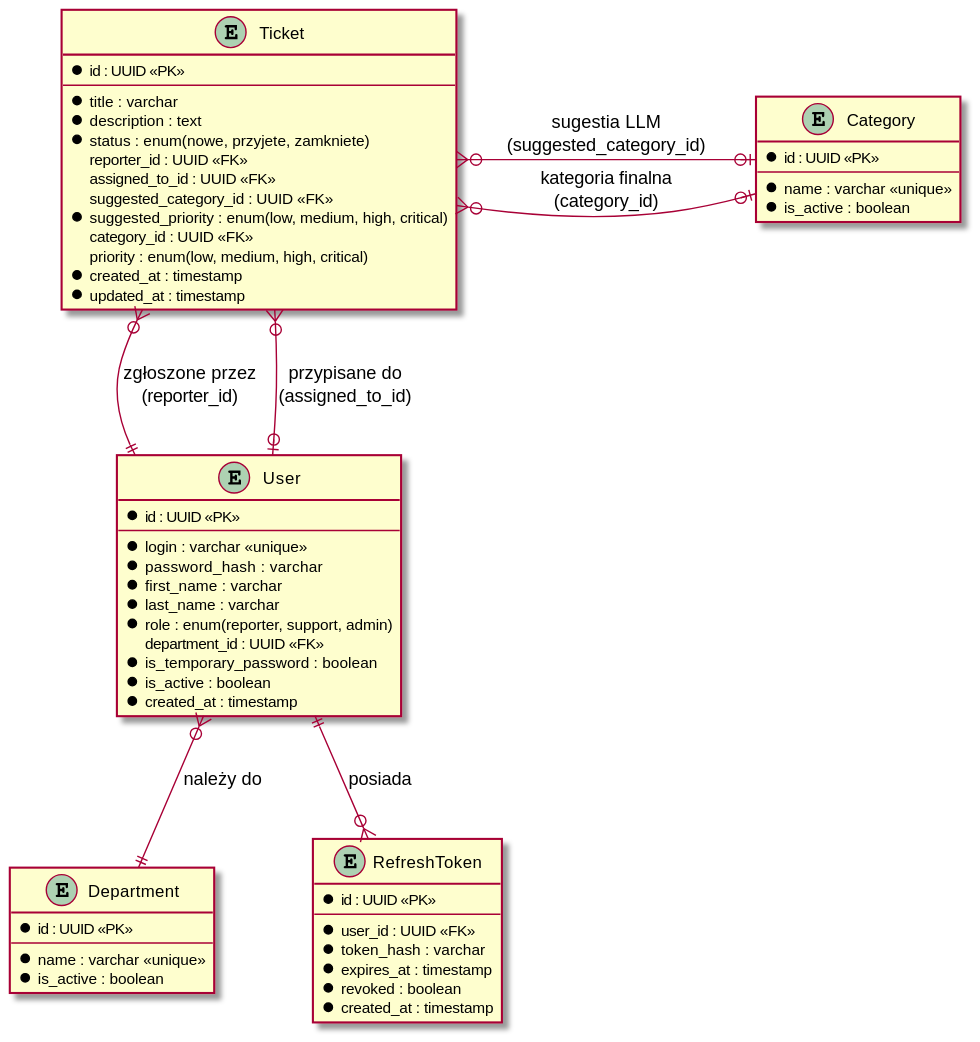
The PlantUML diagram docs/ERD.svg in Barry4747/HelpDesk, before a commit. Source of this version:
```plantuml
@startuml
skinparam nodesep 70
skinparam ranksep 70

entity "User" as User {
  * id : UUID <<PK>>
  --
  * login : varchar <<unique>>
  * password_hash : varchar
  * first_name : varchar
  * last_name : varchar
  * role : enum(reporter, support, admin)
  department_id : UUID <<FK>>
  * is_temporary_password : boolean
  * is_active : boolean
  * created_at : timestamp
}

entity "Department" as Department {
  * id : UUID <<PK>>
  --
  * name : varchar <<unique>>
  * is_active : boolean
}

entity "Category" as Category {
  * id : UUID <<PK>>
  --
  * name : varchar <<unique>>
  * is_active : boolean
}

entity "Ticket" as Ticket {
  * id : UUID <<PK>>
  --
  * title : varchar
  * description : text
  * status : enum(nowe, przyjete, zamkniete)
  reporter_id : UUID <<FK>>
  assigned_to_id : UUID <<FK>>
  suggested_category_id : UUID <<FK>>
  * suggested_priority : enum(low, medium, high, critical)
  category_id : UUID <<FK>>
  priority : enum(low, medium, high, critical)
  * created_at : timestamp
  * updated_at : timestamp
}

entity "RefreshToken" as RefreshToken {
  * id : UUID <<PK>>
  --
  * user_id : UUID <<FK>>
  * token_hash : varchar
  * expires_at : timestamp
  * revoked : boolean
  * created_at : timestamp
}

User }o-down-|| Department : "należy do"
User ||-down-o{ RefreshToken : "posiada"

Ticket }o-down-|| User : "zgłoszone przez\n(reporter_id)"
Ticket }o-down-o| User : "przypisane do\n(assigned_to_id)"
Ticket }o-right-o| Category : "kategoria finalna\n(category_id)"
Ticket }o-right-o| Category : "sugestia LLM\n(suggested_category_id)"

@enduml
```
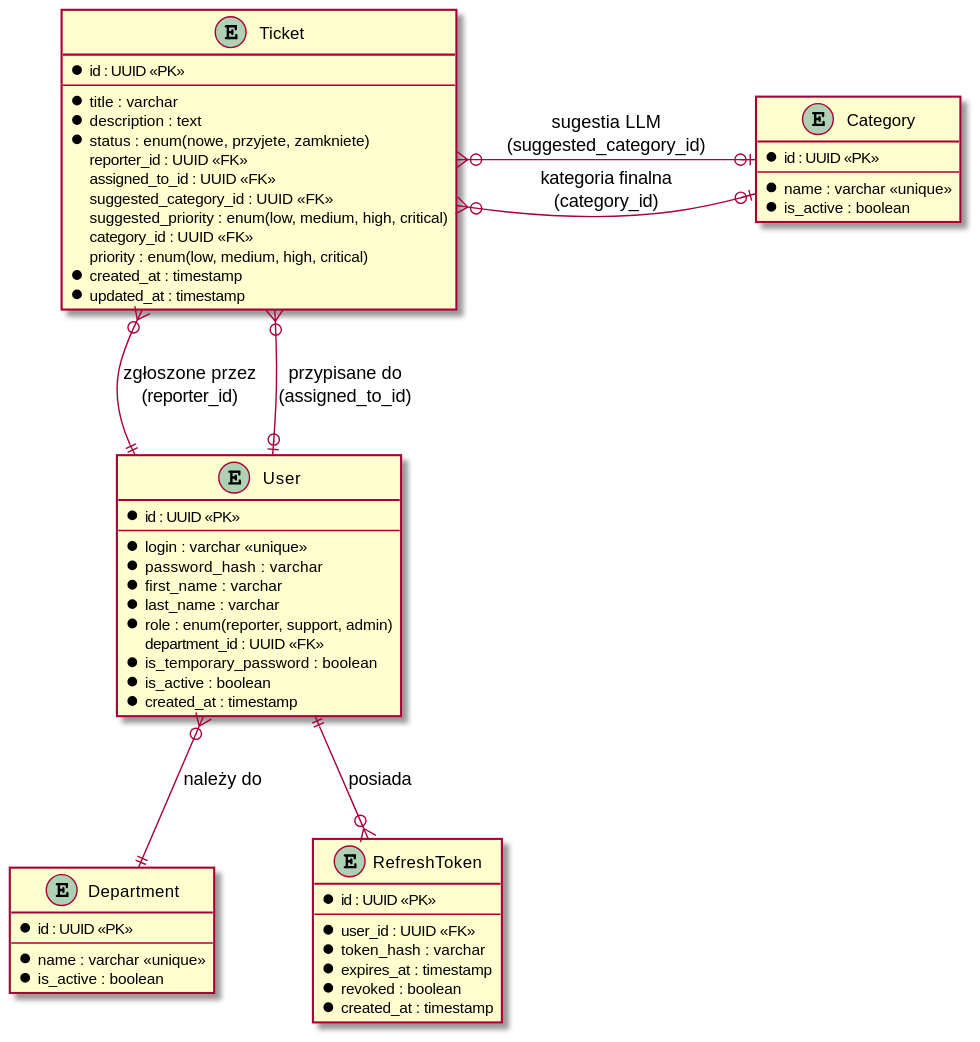
After the commit.

Commit message:
chore: update ERD doagram

The edit, as a diff of the source:
```diff
@@ -39,7 +39,7 @@
   reporter_id : UUID <<FK>>
   assigned_to_id : UUID <<FK>>
   suggested_category_id : UUID <<FK>>
-  * suggested_priority : enum(low, medium, high, critical)
+  suggested_priority : enum(low, medium, high, critical)
   category_id : UUID <<FK>>
   priority : enum(low, medium, high, critical)
   * created_at : timestamp
```
